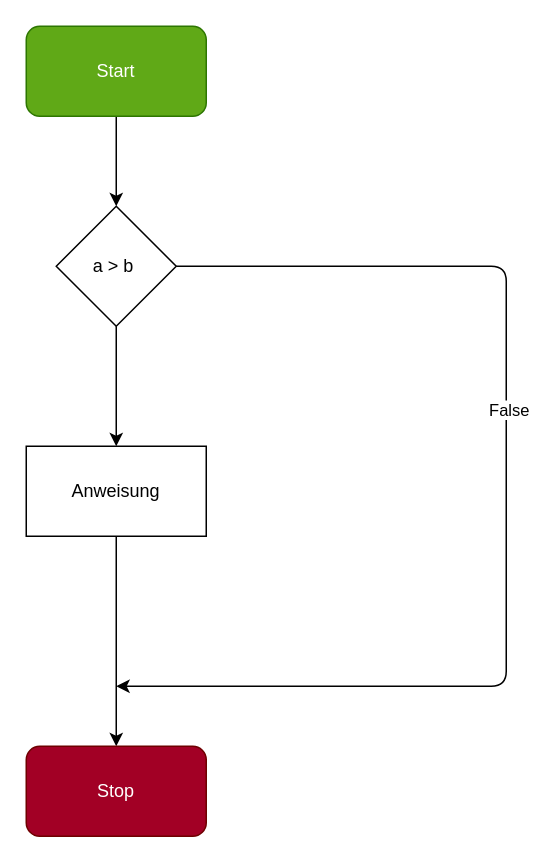
The draw.io diagram page "If construction" (1 of 2) of PAP.drawio in CC-Schmidt-Learning/03_Entscheidungsstrukturen, before the edit. Source tidied: cells renumbered, new cells numbered last; positions are measured from the earlier drawing's top-left corner, leaving out a move shared by most shapes. Both pictures are drawn from the tidied source at 150%, with x=0, y=0 at pixel (26, 26).
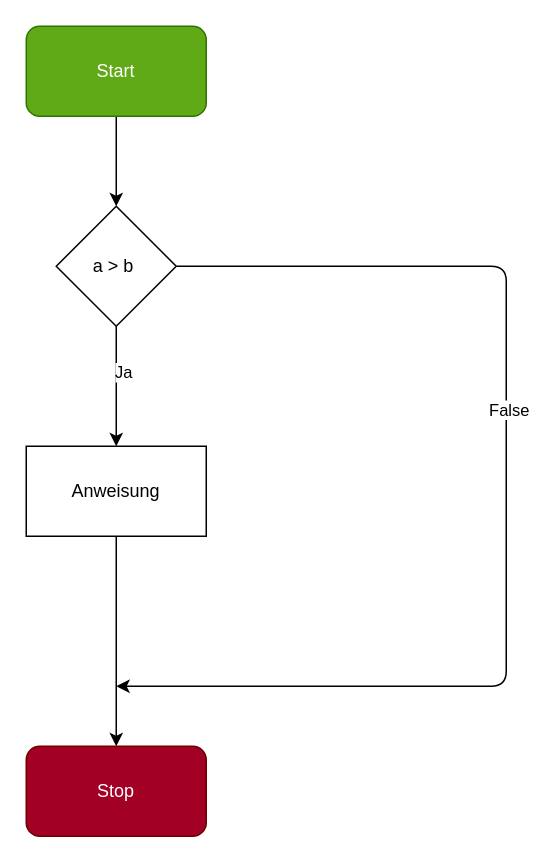
The same diagram, later.

Commit message:
Ausbesserung if else

What changed in the source:
```diff
@@
 <mxGraphModel>
   <root>
     <mxCell id="0" />
     <mxCell id="1" parent="0" />
     <mxCell id="2" style="edgeStyle=none;html=1;entryX=0.5;entryY=0;entryDx=0;entryDy=0;" parent="1" edge="1" source="3" target="7">
       <mxGeometry relative="1" as="geometry" />
     </mxCell>
     <mxCell id="3" value="Start" style="rounded=1;whiteSpace=wrap;html=1;fillColor=#60a917;fontColor=#ffffff;strokeColor=#2D7600;" parent="1" vertex="1">
       <mxGeometry width="120" height="60" as="geometry" />
     </mxCell>
     <mxCell id="4" style="edgeStyle=none;html=1;" parent="1" edge="1" source="7" target="9">
       <mxGeometry relative="1" as="geometry" />
     </mxCell>
+    <mxCell id="11" value="Ja" style="edgeLabel;html=1;align=center;verticalAlign=middle;" parent="4" vertex="1">
+      <mxGeometry x="-0.25" y="4" relative="1" as="geometry" />
+    </mxCell>
     <mxCell id="5" style="edgeStyle=none;html=1;" parent="1" edge="1" source="7">
       <mxGeometry relative="1" as="geometry">
         <mxPoint x="60" y="440" as="targetPoint" />
         <Array as="points">
           <mxPoint x="320" y="160" />
           <mxPoint x="320" y="440" />
         </Array>
       </mxGeometry>
     </mxCell>
     <mxCell id="6" value="False" style="edgeLabel;html=1;align=center;verticalAlign=middle;" parent="5" vertex="1">
       <mxGeometry x="-0.17" y="1" relative="1" as="geometry" />
     </mxCell>
     <mxCell id="7" value="a &amp;gt; b&amp;nbsp;" style="rhombus;whiteSpace=wrap;html=1;" parent="1" vertex="1">
       <mxGeometry x="20" y="120" width="80" height="80" as="geometry" />
     </mxCell>
     <mxCell id="8" style="edgeStyle=none;html=1;entryX=0.5;entryY=0;entryDx=0;entryDy=0;" parent="1" edge="1" source="9" target="10">
       <mxGeometry relative="1" as="geometry" />
     </mxCell>
     <mxCell id="9" value="Anweisung" style="rounded=0;whiteSpace=wrap;html=1;" parent="1" vertex="1">
       <mxGeometry y="280" width="120" height="60" as="geometry" />
     </mxCell>
     <mxCell id="10" value="Stop" style="rounded=1;whiteSpace=wrap;html=1;fillColor=#a20025;fontColor=#ffffff;strokeColor=#6F0000;" parent="1" vertex="1">
       <mxGeometry y="480" width="120" height="60" as="geometry" />
     </mxCell>
   </root>
 </mxGraphModel>
```
